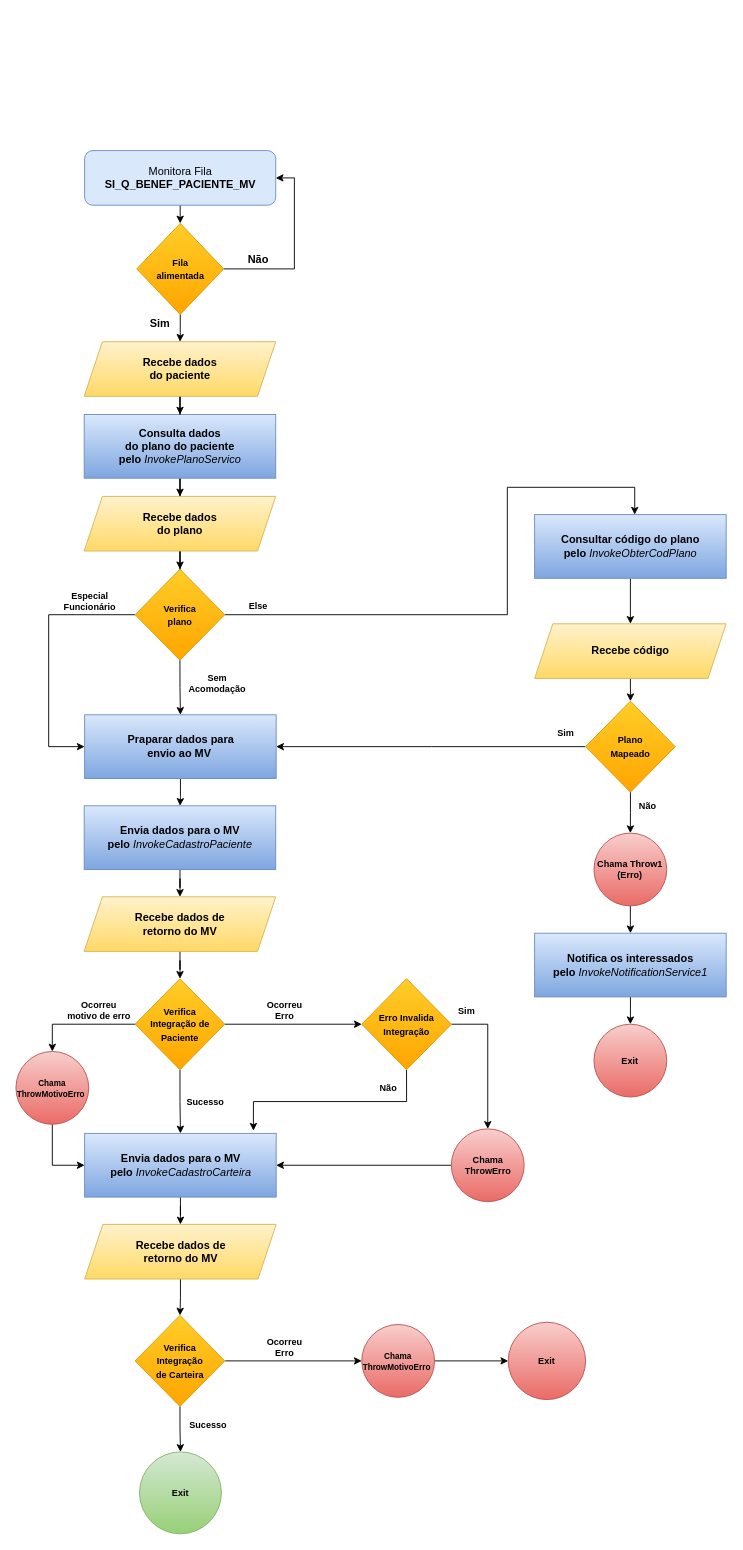
Above: SabiusMvPaciente.drawio in rrmagalhaes/DrawIo (draw.io), before the change. Source tidied: cells renumbered, new cells numbered last; positions are measured from the earlier drawing's top-left corner, leaving out a move shared by most shapes. Both pictures are drawn from the tidied source at 91%, with x=0, y=0 at pixel (15, 150).
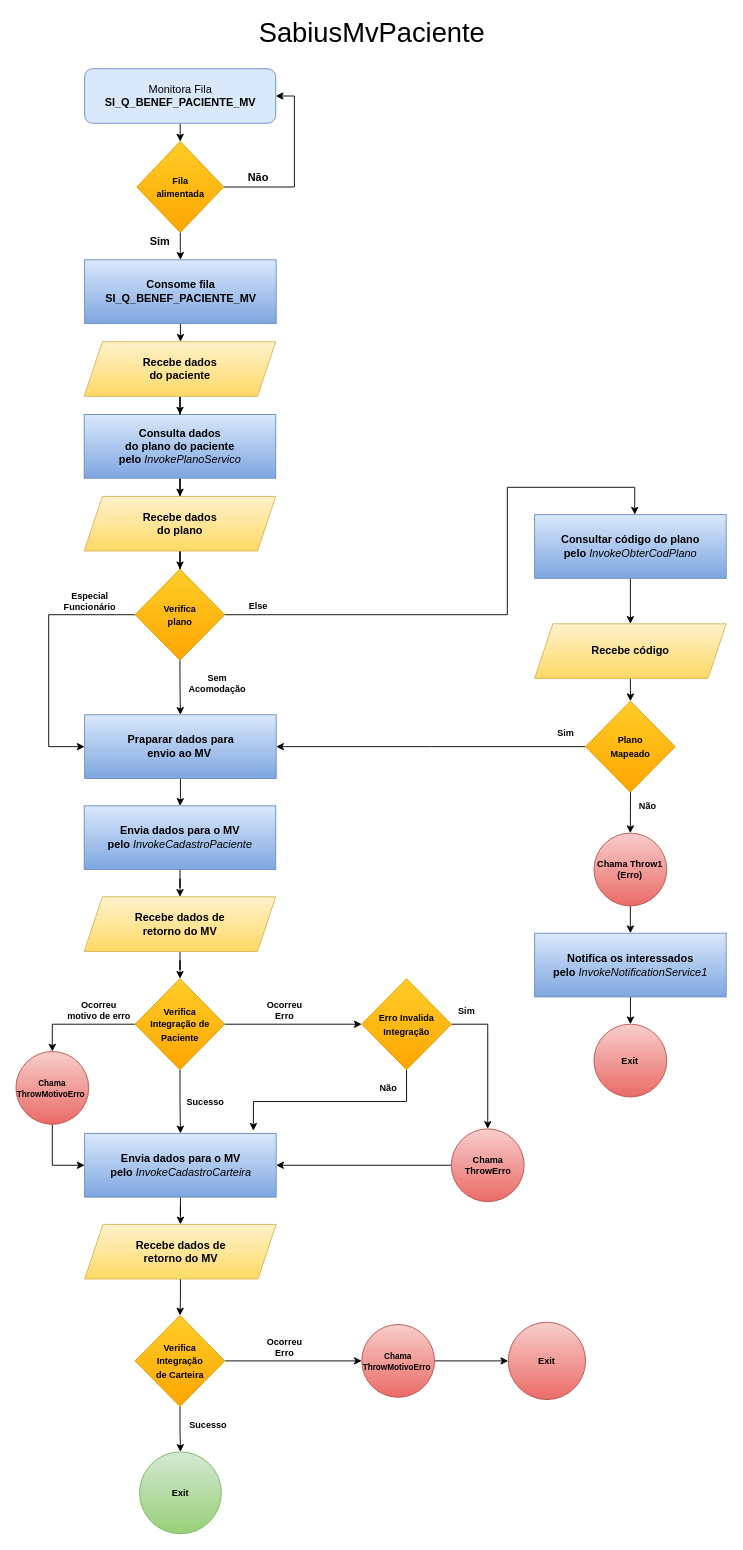
After the change.

Unchanged cells that the change refers to:
```xml
<mxCell id="9" value="&lt;b&gt;Recebe dados &lt;br&gt;do paciente&lt;/b&gt;" style="shape=parallelogram;perimeter=parallelogramPerimeter;whiteSpace=wrap;html=1;fixedSize=1;fillColor=#fff2cc;strokeColor=#d6b656;gradientColor=#ffd966;" parent="1" vertex="1">
  <mxGeometry x="75" y="210" width="210.5" height="60" as="geometry" />
</mxCell>
```

Diff of the diagram source:
```diff
@@
-    <mxCell id="4" style="edgeStyle=orthogonalEdgeStyle;rounded=0;jettySize=auto;html=1;" parent="1" edge="1" source="6" target="9">
-      <mxGeometry relative="1" as="geometry" />
-    </mxCell>
     <mxCell id="5" style="edgeStyle=orthogonalEdgeStyle;rounded=0;jettySize=auto;html=1;exitX=1;exitY=0.5;exitDx=0;exitDy=0;entryX=1;entryY=0.5;entryDx=0;entryDy=0;" parent="1" edge="1" source="6" target="11">
       <mxGeometry relative="1" as="geometry">
         <Array as="points">
-          <mxPoint x="306" y="130" />
-          <mxPoint x="306" y="30" />
+          <mxPoint x="306" y="40" />
+          <mxPoint x="306" y="-60" />
         </Array>
       </mxGeometry>
     </mxCell>
+    <mxCell id="71" style="edgeStyle=orthogonalEdgeStyle;rounded=0;jettySize=auto;html=1;fontSize=9;" parent="1" edge="1" source="6" target="73">
+      <mxGeometry relative="1" as="geometry" />
+    </mxCell>
     <mxCell id="6" value="&lt;b style=&quot;font-size: 10px&quot;&gt;Fila&lt;br&gt;alimentada&lt;/b&gt;" style="rhombus;whiteSpace=wrap;html=1;fillColor=#ffcd28;strokeColor=#d79b00;gradientColor=#ffa500;" parent="1" vertex="1">
-      <mxGeometry x="132.8" y="80" width="95.5" height="100" as="geometry" />
+      <mxGeometry x="132.8" y="-10" width="95.5" height="100" as="geometry" />
     </mxCell>
     <mxCell id="7" value="&lt;b&gt;Não&lt;/b&gt;" style="text;html=1;align=center;verticalAlign=middle;strokeColor=none;fillColor=none;" parent="1" vertex="1">
-      <mxGeometry x="245.5" y="110" width="40" height="20" as="geometry" />
+      <mxGeometry x="245.5" y="20" width="40" height="20" as="geometry" />
     </mxCell>
@@
     <mxCell id="11" value="&lt;span&gt;Monitora Fila&lt;/span&gt;&lt;br&gt;&lt;b&gt;SI_Q_BENEF_PACIENTE_MV&lt;/b&gt;" style="rounded=1;whiteSpace=wrap;html=1;fillColor=#dae8fc;strokeColor=#6c8ebf;" parent="1" vertex="1">
-      <mxGeometry x="75.5" width="210" height="60" as="geometry" />
+      <mxGeometry x="75.5" y="-90" width="210" height="60" as="geometry" />
     </mxCell>
     <mxCell id="12" value="&lt;b&gt;Sim&lt;/b&gt;" style="text;html=1;align=center;verticalAlign=middle;strokeColor=none;fillColor=none;" parent="1" vertex="1">
-      <mxGeometry x="138" y="180" width="40" height="20" as="geometry" />
+      <mxGeometry x="138" y="90" width="40" height="20" as="geometry" />
     </mxCell>
@@
+    <mxCell id="72" style="edgeStyle=orthogonalEdgeStyle;rounded=0;jettySize=auto;html=1;fontSize=9;" parent="1" edge="1" source="73" target="9">
+      <mxGeometry relative="1" as="geometry" />
+    </mxCell>
+    <mxCell id="73" value="&lt;b&gt;Consome fila&lt;br&gt;&lt;/b&gt;&lt;b&gt;SI_Q_BENEF_PACIENTE_MV&lt;/b&gt;" style="rounded=0;whiteSpace=wrap;html=1;fillColor=#dae8fc;strokeColor=#6c8ebf;gradientColor=#7ea6e0;" parent="1" vertex="1">
+      <mxGeometry x="75.5" y="120" width="210.5" height="70" as="geometry" />
+    </mxCell>
+    <mxCell id="74" value="&lt;font style=&quot;font-size: 30px;&quot;&gt;SabiusMvPaciente&lt;/font&gt;" style="text;html=1;align=center;verticalAlign=middle;strokeColor=none;fillColor=none;fontSize=9;strokeWidth=15;" parent="1" vertex="1">
+      <mxGeometry x="261" y="-140" width="260" height="20" as="geometry" />
+    </mxCell>
```
